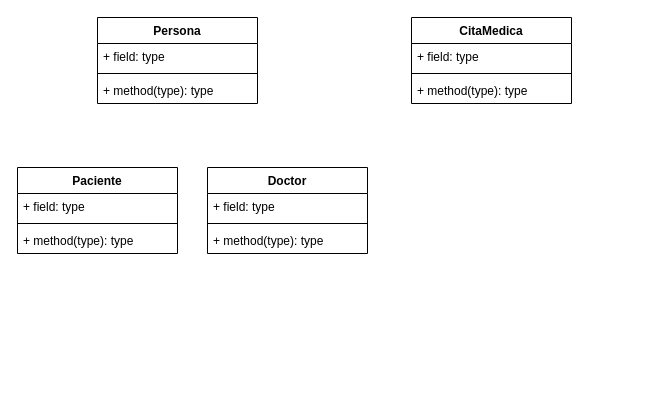
ArianaSarango/ACD---SGH keeps this draw.io diagram as ACD - SGH.drawio. Above is the earlier version. Source tidied: cells renumbered, new cells numbered last; positions are measured from the earlier drawing's top-left corner, leaving out a move shared by most shapes. Both pictures are drawn from the tidied source at 100%, with x=0, y=0 at pixel (17, 17).
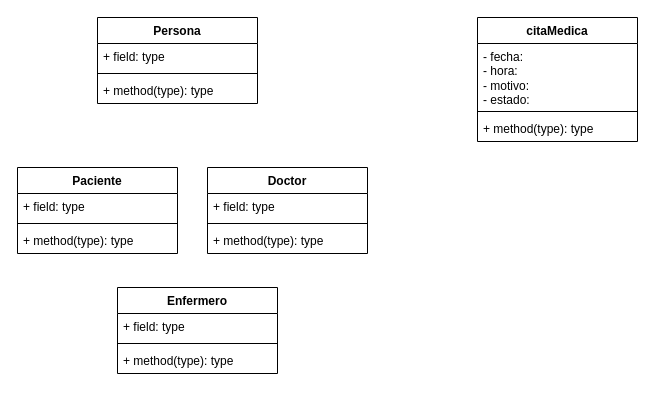
Above is the later version.

What changed in the source:
```diff
@@
-    <mxCell id="6" value="CitaMedica" style="swimlane;fontStyle=1;align=center;verticalAlign=top;horizontal=1;startSize=26;whiteSpace=wrap;html=1;" parent="1" vertex="1">
-      <mxGeometry x="394" width="160" height="86" as="geometry" />
+    <mxCell id="6" value="citaMedica" style="swimlane;fontStyle=1;align=center;verticalAlign=top;horizontal=1;startSize=26;whiteSpace=wrap;html=1;" parent="1" vertex="1">
+      <mxGeometry x="460" width="160" height="124" as="geometry" />
     </mxCell>
-    <mxCell id="7" value="+ field: type" style="text;strokeColor=none;fillColor=none;align=left;verticalAlign=top;spacingLeft=4;spacingRight=4;overflow=hidden;whiteSpace=wrap;html=1;" parent="6" vertex="1">
-      <mxGeometry y="26" width="160" height="26" as="geometry" />
+    <mxCell id="7" value="- fecha:&lt;div&gt;- hora:&lt;/div&gt;&lt;div&gt;- motivo:&lt;/div&gt;&lt;div&gt;- estado:&amp;nbsp;&lt;/div&gt;" style="text;strokeColor=none;fillColor=none;align=left;verticalAlign=top;spacingLeft=4;spacingRight=4;overflow=hidden;whiteSpace=wrap;html=1;" parent="6" vertex="1">
+      <mxGeometry y="26" width="160" height="64" as="geometry" />
     </mxCell>
     <mxCell id="8" style="line;strokeWidth=1;fillColor=none;align=left;verticalAlign=middle;spacingTop=-1;spacingLeft=3;spacingRight=3;labelPosition=right;strokeColor=inherit;" parent="6" vertex="1">
-      <mxGeometry y="52" width="160" height="8" as="geometry" />
+      <mxGeometry y="90" width="160" height="8" as="geometry" />
     </mxCell>
     <mxCell id="9" value="+ method(type): type" style="text;strokeColor=none;fillColor=none;align=left;verticalAlign=top;spacingLeft=4;spacingRight=4;overflow=hidden;whiteSpace=wrap;html=1;" parent="6" vertex="1">
-      <mxGeometry y="60" width="160" height="26" as="geometry" />
+      <mxGeometry y="98" width="160" height="26" as="geometry" />
     </mxCell>
@@
+    <mxCell id="18" value="Enfermero" style="swimlane;fontStyle=1;align=center;verticalAlign=top;horizontal=1;startSize=26;whiteSpace=wrap;html=1;" parent="1" vertex="1">
+      <mxGeometry x="100" y="270" width="160" height="86" as="geometry" />
+    </mxCell>
+    <mxCell id="19" value="+ field: type" style="text;strokeColor=none;fillColor=none;align=left;verticalAlign=top;spacingLeft=4;spacingRight=4;overflow=hidden;whiteSpace=wrap;html=1;" parent="18" vertex="1">
+      <mxGeometry y="26" width="160" height="26" as="geometry" />
+    </mxCell>
+    <mxCell id="20" style="line;strokeWidth=1;fillColor=none;align=left;verticalAlign=middle;spacingTop=-1;spacingLeft=3;spacingRight=3;labelPosition=right;strokeColor=inherit;" parent="18" vertex="1">
+      <mxGeometry y="52" width="160" height="8" as="geometry" />
+    </mxCell>
+    <mxCell id="21" value="+ method(type): type" style="text;strokeColor=none;fillColor=none;align=left;verticalAlign=top;spacingLeft=4;spacingRight=4;overflow=hidden;whiteSpace=wrap;html=1;" parent="18" vertex="1">
+      <mxGeometry y="60" width="160" height="26" as="geometry" />
+    </mxCell>
```
